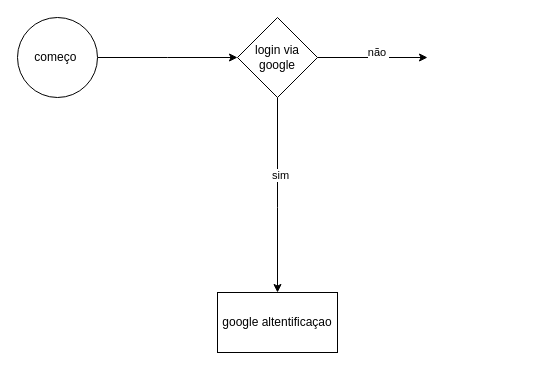
caioqwerty/projeto_UX_UI keeps this draw.io diagram as docs/fluxo.drawio. Above is the earlier version. Source tidied: cells renumbered, new cells numbered last; positions are measured from the earlier drawing's top-left corner, leaving out a move shared by most shapes. Both pictures are drawn from the tidied source at 100%, with x=0, y=0 at pixel (17, 17).
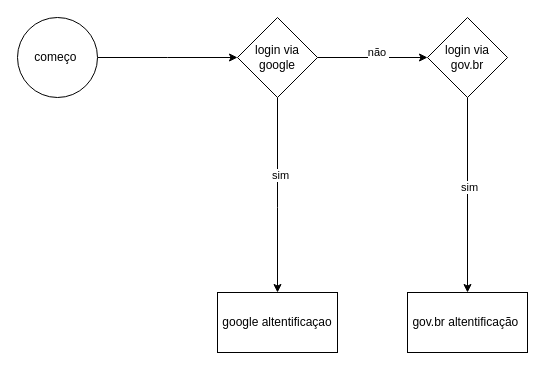
The same diagram, later.

The edit, as a diff of the source:
```diff
@@
 <mxGraphModel>
   <root>
     <mxCell id="0" />
     <mxCell id="1" parent="0" />
     <mxCell id="2" style="edgeStyle=orthogonalEdgeStyle;rounded=0;jettySize=auto;html=1;exitX=1;exitY=0.5;exitDx=0;exitDy=0;" parent="1" edge="1" source="3">
       <mxGeometry relative="1" as="geometry">
         <mxPoint x="220" y="40" as="targetPoint" />
       </mxGeometry>
     </mxCell>
     <mxCell id="3" value="começo&amp;nbsp;" style="ellipse;whiteSpace=wrap;html=1;" parent="1" vertex="1">
       <mxGeometry width="80" height="80" as="geometry" />
     </mxCell>
     <mxCell id="4" style="edgeStyle=orthogonalEdgeStyle;rounded=0;jettySize=auto;html=1;exitX=0.5;exitY=1;exitDx=0;exitDy=0;" parent="1" edge="1" source="8" target="9">
       <mxGeometry relative="1" as="geometry">
         <Array as="points">
           <mxPoint x="260" y="190" />
           <mxPoint x="260" y="190" />
         </Array>
       </mxGeometry>
     </mxCell>
     <mxCell id="5" value="sim" style="edgeLabel;html=1;align=center;verticalAlign=middle;" parent="4" vertex="1">
       <mxGeometry x="-0.21" y="2" relative="1" as="geometry" />
     </mxCell>
     <mxCell id="6" style="edgeStyle=orthogonalEdgeStyle;rounded=0;jettySize=auto;html=1;exitX=1;exitY=0.5;exitDx=0;exitDy=0;" parent="1" edge="1" source="8">
       <mxGeometry relative="1" as="geometry">
         <mxPoint x="410" y="40" as="targetPoint" />
       </mxGeometry>
     </mxCell>
     <mxCell id="7" value="não&amp;nbsp;" style="edgeLabel;html=1;align=center;verticalAlign=middle;" parent="6" vertex="1">
       <mxGeometry x="0.12" y="6" relative="1" as="geometry">
         <mxPoint x="-1" as="offset" />
       </mxGeometry>
     </mxCell>
     <mxCell id="8" value="login via google" style="rhombus;whiteSpace=wrap;html=1;" parent="1" vertex="1">
       <mxGeometry x="220" width="80" height="80" as="geometry" />
     </mxCell>
     <mxCell id="9" value="google altentificaçao" style="whiteSpace=wrap;html=1;" parent="1" vertex="1">
       <mxGeometry x="200" y="275" width="120" height="60" as="geometry" />
     </mxCell>
+    <mxCell id="10" style="edgeStyle=orthogonalEdgeStyle;rounded=0;jettySize=auto;html=1;entryX=0.5;entryY=0;entryDx=0;entryDy=0;" parent="1" edge="1" source="12" target="13">
+      <mxGeometry relative="1" as="geometry" />
+    </mxCell>
+    <mxCell id="11" value="sim" style="edgeLabel;html=1;align=center;verticalAlign=middle;" parent="10" vertex="1">
+      <mxGeometry x="-0.09" y="1" relative="1" as="geometry" />
+    </mxCell>
+    <mxCell id="12" value="login via&lt;div&gt;gov.br&lt;/div&gt;" style="rhombus;whiteSpace=wrap;html=1;" parent="1" vertex="1">
+      <mxGeometry x="410" width="80" height="80" as="geometry" />
+    </mxCell>
+    <mxCell id="13" value="gov.br altentificação&amp;nbsp;" style="rounded=0;whiteSpace=wrap;html=1;" parent="1" vertex="1">
+      <mxGeometry x="390" y="275" width="120" height="60" as="geometry" />
+    </mxCell>
   </root>
 </mxGraphModel>
```
